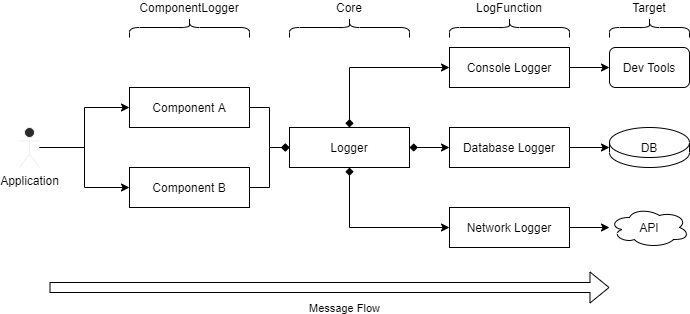
Above: assets/drawio/concept-overview.png in fliegwerk/logsemts (draw.io), before the change. Source tidied: cells renumbered, new cells last; positions are measured from the earlier drawing's top-left corner, leaving out a move shared by most shapes.
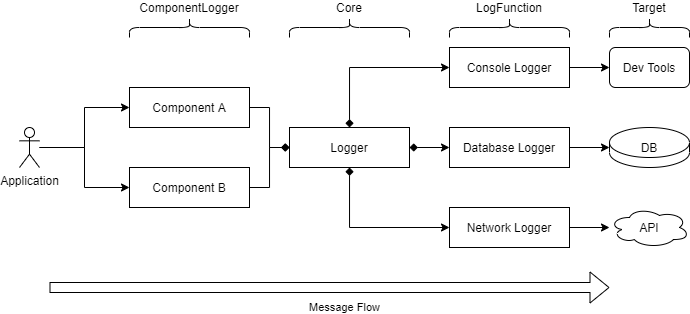
The same file after the commit.

The edit, as a diff of the source:
```diff
@@ -59,7 +59,7 @@
     <mxCell id="20" style="edgeStyle=orthogonalEdgeStyle;rounded=0;jettySize=auto;html=1;endArrow=classic;endFill=1;" parent="1" edge="1" source="21" target="18">
       <mxGeometry relative="1" as="geometry" />
     </mxCell>
-    <mxCell id="21" value="Application" style="shape=umlActor;verticalLabelPosition=bottom;verticalAlign=top;html=1;outlineConnect=0;strokeColor=#f0f0f0;fillColor=#2a2a2a;" parent="1" vertex="1">
+    <mxCell id="21" value="Application" style="shape=umlActor;verticalLabelPosition=bottom;verticalAlign=top;html=1;outlineConnect=0;" parent="1" vertex="1">
       <mxGeometry y="160" width="20" height="40" as="geometry" />
     </mxCell>
     <mxCell id="22" value="API" style="ellipse;shape=cloud;whiteSpace=wrap;html=1;fillColor=none;" parent="1" vertex="1">
```
